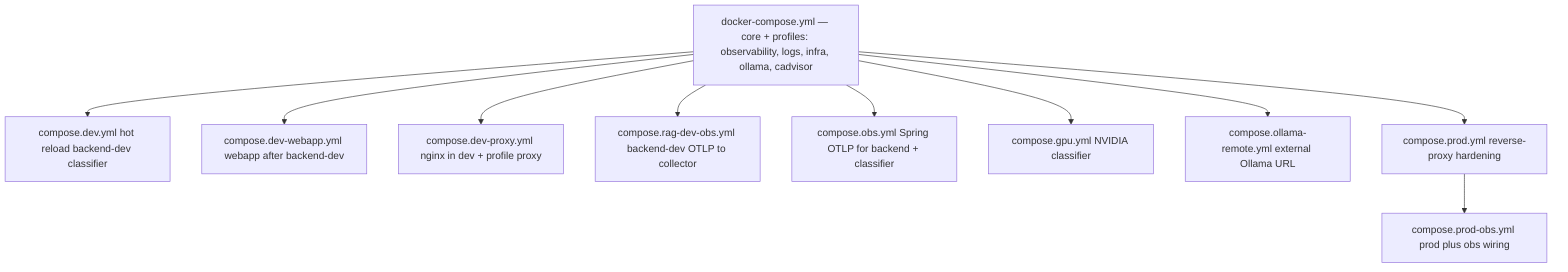
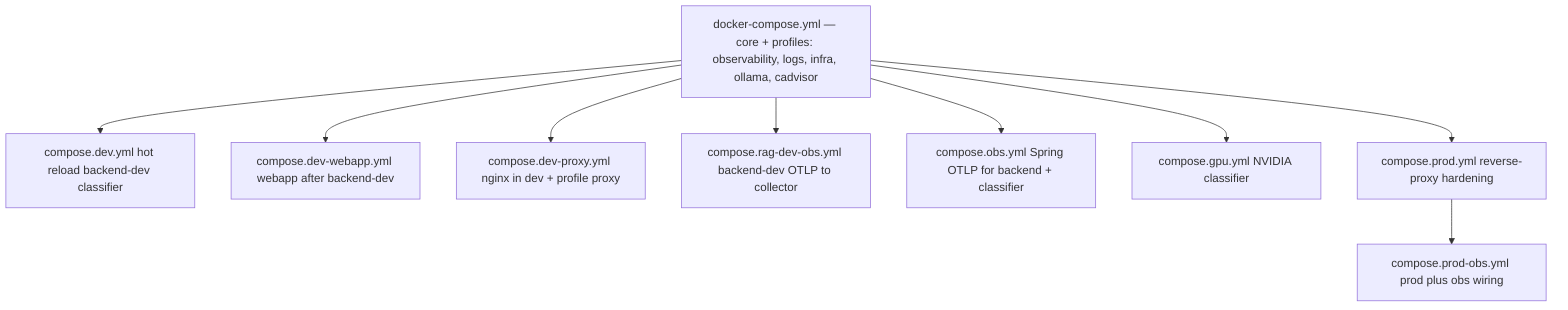
%% Conceptual layering: docker-compose.yml + profiles + thin overlays — see docker/README.md
flowchart TB
  ROOT["docker-compose.yml — core + profiles: observability, logs, infra, ollama, cadvisor"]

  ROOT --> P1[compose.dev.yml hot reload backend-dev classifier]
  ROOT --> P2[compose.dev-webapp.yml webapp after backend-dev]
  ROOT --> P3[compose.dev-proxy.yml nginx in dev + profile proxy]
  ROOT --> P4[compose.rag-dev-obs.yml backend-dev OTLP to collector]

  ROOT --> O1[compose.obs.yml Spring OTLP for backend + classifier]
  ROOT --> G1[compose.gpu.yml NVIDIA classifier]
-   ROOT --> G3[compose.ollama-remote.yml external Ollama URL]

  ROOT --> PR[compose.prod.yml reverse-proxy hardening]
  PR --> PR2[compose.prod-obs.yml prod plus obs wiring]
